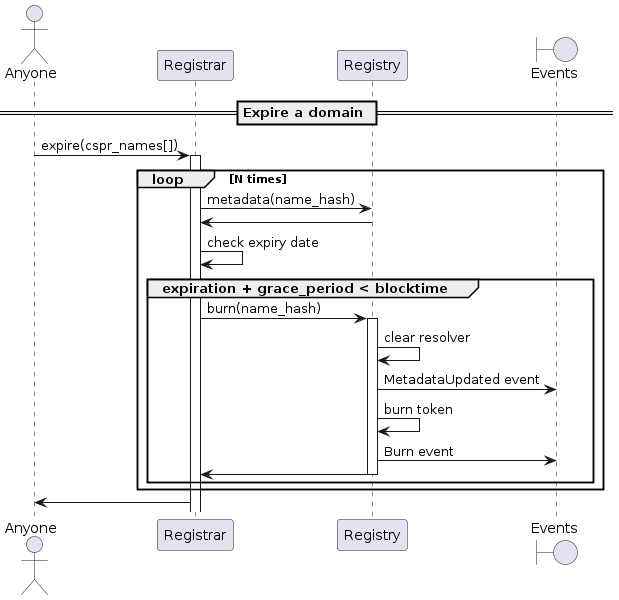
Above: docs/sequence-diagrams/puml/expire-domain.png in make-software/cspr-name-contracts (PlantUML), before the change.
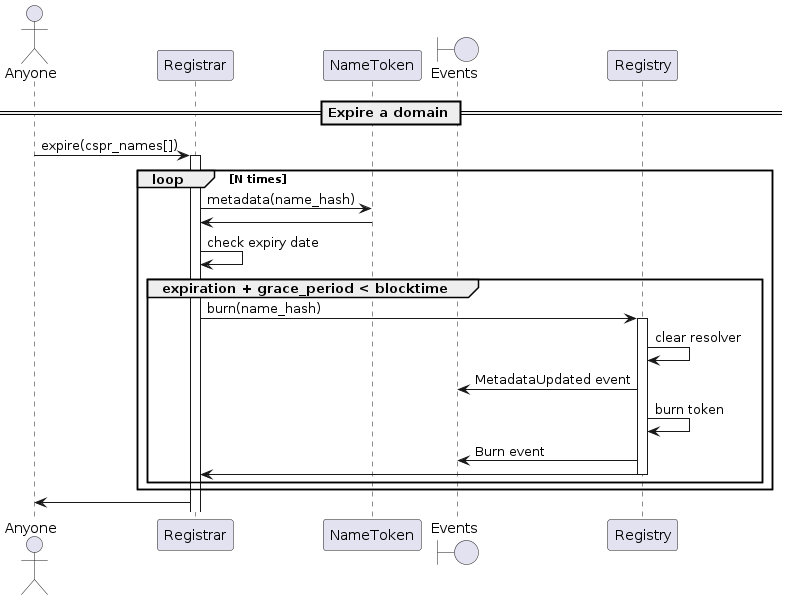
After the change.

What changed in the source:
```diff
@@ -2,7 +2,7 @@
 
 actor "Anyone"
 participant "Registrar"
-participant "Registry"
+participant "NameToken"
 boundary "Events"
 
 == Expire a domain ==
@@ -10,8 +10,8 @@
 "Anyone" -> "Registrar": expire(cspr_names[])
 activate Registrar
 loop N times
-    Registrar -> Registry: metadata(name_hash)
-    Registry -> Registrar
+    Registrar -> NameToken: metadata(name_hash)
+    NameToken -> Registrar
     Registrar -> Registrar: check expiry date
     group expiration + grace_period < blocktime
         Registrar -> Registry: burn(name_hash)
```
